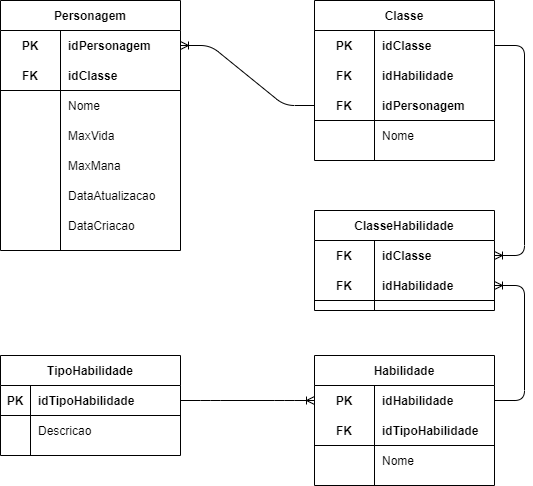
The draw.io diagram DesafioHROADS/DiagramaConceitualHROADS-logico.png in Vitormanoel-melo/Sprint-1_BD_Relacional, before a commit. Source tidied: cells renumbered, new cells last; positions are measured from the earlier drawing's top-left corner, leaving out a move shared by most shapes.
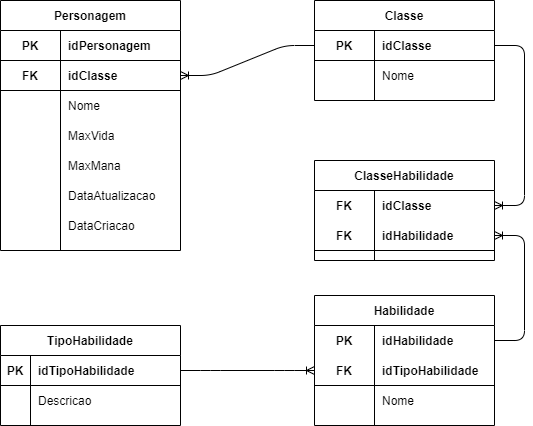
Later version of the same file.

Commit message:
Modelo conceitual, logico e físico concluídos

The edit, as a diff of the source:
```diff
@@ -3,26 +3,26 @@
     <mxCell id="0" />
     <mxCell id="1" parent="0" />
     <mxCell id="2" value="Personagem" style="shape=table;startSize=30;rowLines=0;fontStyle=1;align=center;" parent="1" vertex="1">
-      <mxGeometry width="180" height="250" as="geometry" />
+      <mxGeometry x="52" width="180" height="250" as="geometry" />
     </mxCell>
-    <mxCell id="3" style="shape=partialRectangle;fillColor=none;top=0;left=0;bottom=0;right=0;points=[[0,0.5],[1,0.5]];portConstraint=eastwest;" parent="2" vertex="1">
-      <mxGeometry y="30" width="180" height="30" as="geometry" />
-    </mxCell>
-    <mxCell id="4" value="PK" style="shape=partialRectangle;fillColor=none;top=0;left=0;bottom=0;right=0;fontStyle=1;overflow=hidden;" parent="3" vertex="1">
-      <mxGeometry width="60" height="30" as="geometry" />
-    </mxCell>
-    <mxCell id="5" value="idPersonagem" style="shape=partialRectangle;fillColor=none;top=0;left=0;bottom=0;right=0;align=left;spacingLeft=6;fontStyle=1;overflow=hidden;" parent="3" vertex="1">
-      <mxGeometry x="60" width="120" height="30" as="geometry" />
-    </mxCell>
     <mxCell id="6" style="shape=partialRectangle;fillColor=none;top=0;left=0;bottom=1;right=0;" parent="2" vertex="1">
-      <mxGeometry y="60" width="180" height="30" as="geometry" />
+      <mxGeometry y="30" width="180" height="30" as="geometry" />
     </mxCell>
-    <mxCell id="7" value="FK" style="shape=partialRectangle;fillColor=none;top=0;left=0;bottom=0;right=0;fontStyle=1;overflow=hidden;" parent="6" vertex="1">
+    <mxCell id="7" value="PK" style="shape=partialRectangle;fillColor=none;top=0;left=0;bottom=0;right=0;fontStyle=1;overflow=hidden;" parent="6" vertex="1">
       <mxGeometry width="60" height="30" as="geometry" />
     </mxCell>
-    <mxCell id="8" value="idClasse" style="shape=partialRectangle;fillColor=none;top=0;left=0;bottom=0;right=0;align=left;spacingLeft=6;fontStyle=1;overflow=hidden;" parent="6" vertex="1">
+    <mxCell id="8" value="idPersonagem" style="shape=partialRectangle;fillColor=none;top=0;left=0;bottom=0;right=0;align=left;spacingLeft=6;fontStyle=1;overflow=hidden;" parent="6" vertex="1">
       <mxGeometry x="60" width="120" height="30" as="geometry" />
     </mxCell>
+    <mxCell id="65" style="shape=partialRectangle;fillColor=none;top=0;left=0;bottom=1;right=0;points=[[0,0.5],[1,0.5]];portConstraint=eastwest;" parent="2" vertex="1">
+      <mxGeometry y="60" width="180" height="30" as="geometry" />
+    </mxCell>
+    <mxCell id="66" value="FK" style="shape=partialRectangle;fillColor=none;top=0;left=0;bottom=0;right=0;fontStyle=1;overflow=hidden;" parent="65" vertex="1">
+      <mxGeometry width="60" height="30" as="geometry" />
+    </mxCell>
+    <mxCell id="67" value="idClasse" style="shape=partialRectangle;fillColor=none;top=0;left=0;bottom=0;right=0;align=left;spacingLeft=6;fontStyle=1;overflow=hidden;" parent="65" vertex="1">
+      <mxGeometry x="60" width="120" height="30" as="geometry" />
+    </mxCell>
     <mxCell id="9" style="shape=partialRectangle;fillColor=none;top=0;left=0;bottom=0;right=0;" parent="2" vertex="1">
       <mxGeometry y="90" width="180" height="30" as="geometry" />
     </mxCell>
@@ -69,37 +69,19 @@
       <mxGeometry x="60" width="120" height="30" as="geometry" />
     </mxCell>
     <mxCell id="24" value="Classe" style="shape=table;startSize=30;rowLines=0;fontStyle=1;align=center;" parent="1" vertex="1">
-      <mxGeometry x="314" width="180" height="160" as="geometry" />
+      <mxGeometry x="366" width="180" height="100" as="geometry" />
     </mxCell>
-    <mxCell id="25" style="shape=partialRectangle;fillColor=none;top=0;left=0;bottom=0;right=0;points=[[0,0.5],[1,0.5]];portConstraint=eastwest;" parent="24" vertex="1">
-      <mxGeometry y="30" width="180" height="30" as="geometry" />
-    </mxCell>
-    <mxCell id="26" value="PK" style="shape=partialRectangle;fillColor=none;top=0;left=0;bottom=0;right=0;fontStyle=1;overflow=hidden;" parent="25" vertex="1">
-      <mxGeometry width="60" height="30" as="geometry" />
-    </mxCell>
-    <mxCell id="27" value="idClasse" style="shape=partialRectangle;fillColor=none;top=0;left=0;bottom=0;right=0;align=left;spacingLeft=6;fontStyle=1;overflow=hidden;" parent="25" vertex="1">
-      <mxGeometry x="60" width="120" height="30" as="geometry" />
-    </mxCell>
-    <mxCell id="28" style="shape=partialRectangle;fillColor=none;top=0;left=0;bottom=0;right=0;" parent="24" vertex="1">
-      <mxGeometry y="60" width="180" height="30" as="geometry" />
-    </mxCell>
-    <mxCell id="29" value="FK" style="shape=partialRectangle;fillColor=none;top=0;left=0;bottom=0;right=0;fontStyle=1;overflow=hidden;" parent="28" vertex="1">
-      <mxGeometry width="60" height="30" as="geometry" />
-    </mxCell>
-    <mxCell id="30" value="idHabilidade" style="shape=partialRectangle;fillColor=none;top=0;left=0;bottom=0;right=0;align=left;spacingLeft=6;fontStyle=1;overflow=hidden;" parent="28" vertex="1">
-      <mxGeometry x="60" width="120" height="30" as="geometry" />
-    </mxCell>
-    <mxCell id="31" style="shape=partialRectangle;fillColor=none;top=0;left=0;bottom=1;right=0;points=[[0,0.5],[1,0.5]];portConstraint=eastwest;" parent="24" vertex="1">
-      <mxGeometry y="90" width="180" height="30" as="geometry" />
-    </mxCell>
-    <mxCell id="32" value="FK" style="shape=partialRectangle;fillColor=none;top=0;left=0;bottom=0;right=0;fontStyle=1;overflow=hidden;" parent="31" vertex="1">
-      <mxGeometry width="60" height="30" as="geometry" />
-    </mxCell>
-    <mxCell id="33" value="idPersonagem" style="shape=partialRectangle;fillColor=none;top=0;left=0;bottom=0;right=0;align=left;spacingLeft=6;fontStyle=1;overflow=hidden;" parent="31" vertex="1">
-      <mxGeometry x="60" width="120" height="30" as="geometry" />
-    </mxCell>
+    <mxCell id="68" style="shape=partialRectangle;fillColor=none;top=0;left=0;bottom=1;right=0;points=[[0,0.5],[1,0.5]];portConstraint=eastwest;" parent="24" vertex="1">
+      <mxGeometry y="30" width="180" height="30" as="geometry" />
+    </mxCell>
+    <mxCell id="69" value="PK" style="shape=partialRectangle;fillColor=none;top=0;left=0;bottom=0;right=0;fontStyle=1;overflow=hidden;" parent="68" vertex="1">
+      <mxGeometry width="60" height="30" as="geometry" />
+    </mxCell>
+    <mxCell id="70" value="idClasse" style="shape=partialRectangle;fillColor=none;top=0;left=0;bottom=0;right=0;align=left;spacingLeft=6;fontStyle=1;overflow=hidden;" parent="68" vertex="1">
+      <mxGeometry x="60" width="120" height="30" as="geometry" />
+    </mxCell>
     <mxCell id="34" style="shape=partialRectangle;fillColor=none;top=0;left=0;bottom=0;right=0;" parent="24" vertex="1">
-      <mxGeometry y="120" width="180" height="30" as="geometry" />
+      <mxGeometry y="60" width="180" height="30" as="geometry" />
     </mxCell>
     <mxCell id="35" style="shape=partialRectangle;fillColor=none;top=0;left=0;bottom=0;right=0;overflow=hidden;" parent="34" vertex="1">
       <mxGeometry width="60" height="30" as="geometry" />
@@ -108,7 +90,7 @@
       <mxGeometry x="60" width="120" height="30" as="geometry" />
     </mxCell>
     <mxCell id="37" value="Habilidade" style="shape=table;startSize=30;rowLines=0;fontStyle=1;align=center;" parent="1" vertex="1">
-      <mxGeometry x="314" y="355" width="180" height="130" as="geometry" />
+      <mxGeometry x="366" y="295" width="180" height="130" as="geometry" />
     </mxCell>
     <mxCell id="38" style="shape=partialRectangle;fillColor=none;top=0;left=0;bottom=0;right=0;points=[[0,0.5],[1,0.5]];portConstraint=eastwest;" parent="37" vertex="1">
       <mxGeometry y="30" width="180" height="30" as="geometry" />
@@ -138,7 +120,7 @@
       <mxGeometry x="60" width="120" height="30" as="geometry" />
     </mxCell>
     <mxCell id="47" value="TipoHabilidade" style="shape=table;startSize=30;rowLines=0;fontStyle=1;align=center;" parent="1" vertex="1">
-      <mxGeometry y="355" width="180" height="100" as="geometry" />
+      <mxGeometry x="52" y="325" width="180" height="100" as="geometry" />
     </mxCell>
     <mxCell id="48" style="shape=partialRectangle;fillColor=none;top=0;left=0;bottom=1;right=0;points=[[0,0.5],[1,0.5]];portConstraint=eastwest;" parent="47" vertex="1">
       <mxGeometry y="30" width="180" height="30" as="geometry" />
@@ -158,11 +140,8 @@
     <mxCell id="53" value="Descricao" style="shape=partialRectangle;fillColor=none;top=0;left=0;bottom=0;right=0;align=left;spacingLeft=6;overflow=hidden;" parent="51" vertex="1">
       <mxGeometry x="30" width="150" height="30" as="geometry" />
     </mxCell>
-    <mxCell id="54" style="edgeStyle=entityRelationEdgeStyle;fontSize=12;html=1;endArrow=ERoneToMany;exitX=0;exitY=0.5;exitDx=0;exitDy=0;entryX=1;entryY=0.5;entryDx=0;entryDy=0;" parent="1" edge="1" source="31" target="3">
-      <mxGeometry relative="1" as="geometry" />
-    </mxCell>
     <mxCell id="55" value="ClasseHabilidade" style="shape=table;startSize=30;rowLines=0;fontStyle=1;align=center;" parent="1" vertex="1">
-      <mxGeometry x="314" y="210" width="180" height="100" as="geometry" />
+      <mxGeometry x="366" y="160" width="180" height="100" as="geometry" />
     </mxCell>
     <mxCell id="56" style="shape=partialRectangle;fillColor=none;top=0;left=0;bottom=0;right=0;points=[[0,0.5],[1,0.5]];portConstraint=eastwest;" parent="55" vertex="1">
       <mxGeometry y="30" width="180" height="30" as="geometry" />
@@ -182,14 +161,19 @@
     <mxCell id="61" value="idHabilidade" style="shape=partialRectangle;fillColor=none;top=0;left=0;bottom=0;right=0;align=left;spacingLeft=6;fontStyle=1;overflow=hidden;" parent="59" vertex="1">
       <mxGeometry x="60" width="120" height="30" as="geometry" />
     </mxCell>
-    <mxCell id="62" style="edgeStyle=entityRelationEdgeStyle;fontSize=12;html=1;endArrow=ERoneToMany;exitX=1;exitY=0.5;exitDx=0;exitDy=0;entryX=1;entryY=0.5;entryDx=0;entryDy=0;" parent="1" edge="1" source="25" target="56">
-      <mxGeometry relative="1" as="geometry" />
+    <mxCell id="62" style="edgeStyle=entityRelationEdgeStyle;fontSize=12;html=1;endArrow=ERoneToMany;exitX=1;exitY=0.5;exitDx=0;exitDy=0;entryX=1;entryY=0.5;entryDx=0;entryDy=0;" parent="1" edge="1" target="56">
+      <mxGeometry relative="1" as="geometry">
+        <mxPoint x="546" y="45" as="sourcePoint" />
+      </mxGeometry>
     </mxCell>
     <mxCell id="63" style="edgeStyle=entityRelationEdgeStyle;fontSize=12;html=1;endArrow=ERoneToMany;exitX=1;exitY=0.5;exitDx=0;exitDy=0;entryX=1;entryY=0.5;entryDx=0;entryDy=0;" parent="1" edge="1" source="38" target="59">
       <mxGeometry relative="1" as="geometry" />
     </mxCell>
-    <mxCell id="64" style="edgeStyle=entityRelationEdgeStyle;fontSize=12;html=1;endArrow=ERoneToMany;exitX=1;exitY=0.5;exitDx=0;exitDy=0;entryX=0;entryY=0.5;entryDx=0;entryDy=0;" parent="1" edge="1" source="48" target="38">
+    <mxCell id="64" style="edgeStyle=entityRelationEdgeStyle;fontSize=12;html=1;endArrow=ERoneToMany;exitX=1;exitY=0.5;exitDx=0;exitDy=0;entryX=0;entryY=0.5;entryDx=0;entryDy=0;" parent="1" edge="1" source="48" target="41">
       <mxGeometry relative="1" as="geometry" />
     </mxCell>
+    <mxCell id="71" style="edgeStyle=entityRelationEdgeStyle;fontSize=12;html=1;endArrow=ERoneToMany;entryX=1;entryY=0.5;entryDx=0;entryDy=0;exitX=0;exitY=0.5;exitDx=0;exitDy=0;" parent="1" edge="1" source="68" target="65">
+      <mxGeometry relative="1" as="geometry" />
+    </mxCell>
   </root>
 </mxGraphModel>
```
